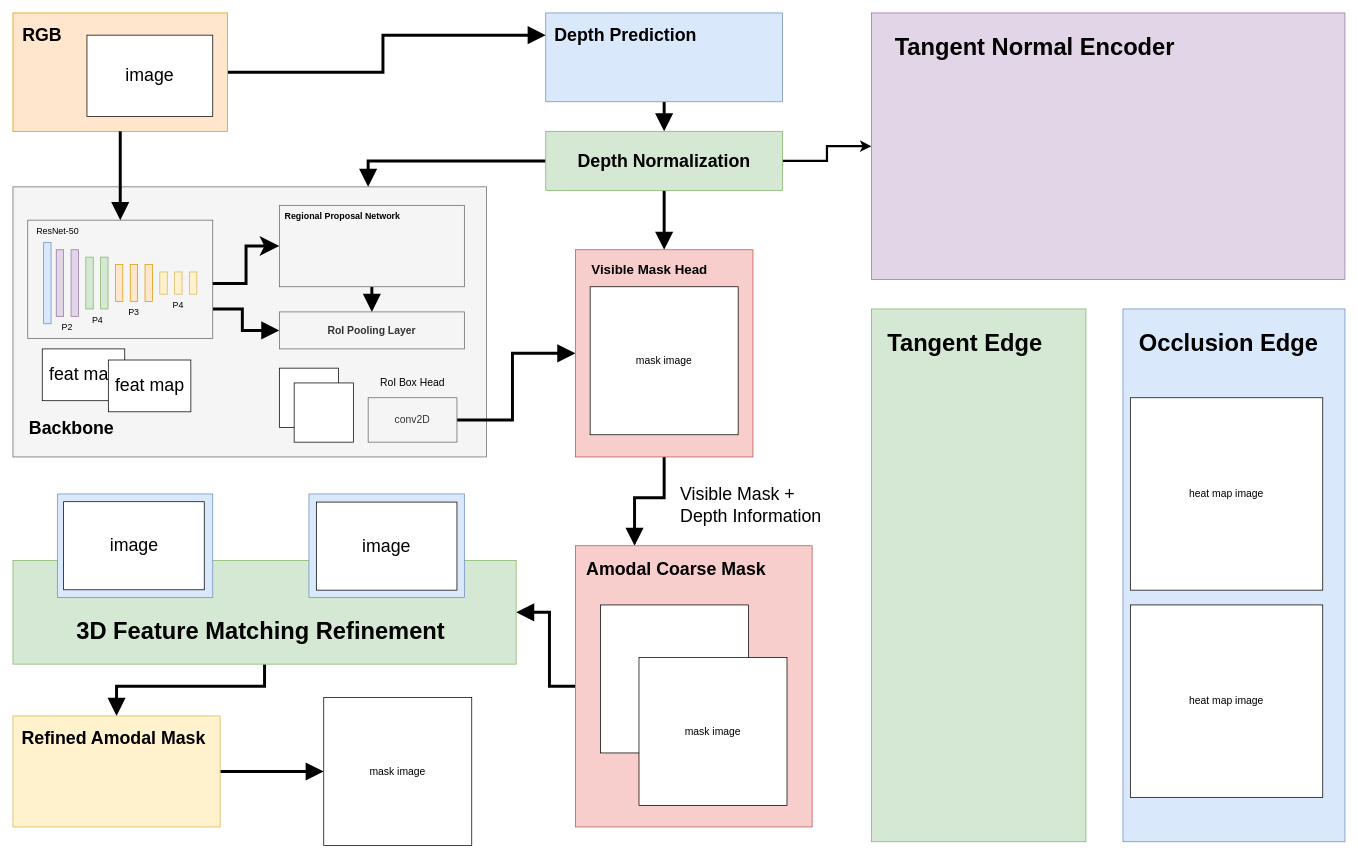
Before: results/pipeline.drawio in JingchengYang4/DAIS, a draw.io diagram. Source tidied: cells renumbered, new cells numbered last; positions are measured from the earlier drawing's top-left corner, leaving out a move shared by most shapes. Both pictures are drawn from the tidied source at 74%, with x=0, y=0 at pixel (13, 13).
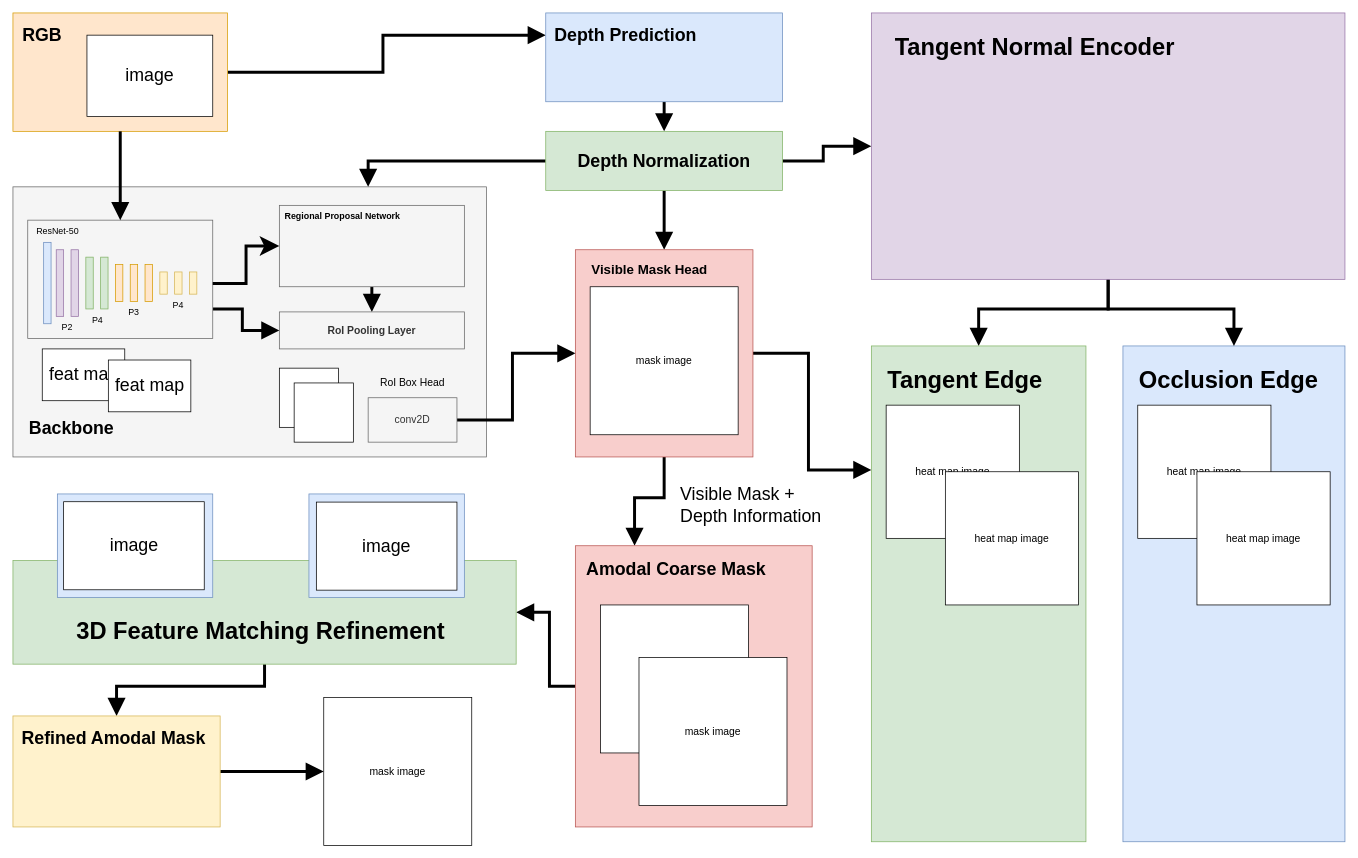
After the change.

Unchanged cells that the change refers to:
```xml
<mxCell id="11" value="&lt;font size=&quot;5&quot;&gt;&lt;b&gt;Depth Normalization&lt;/b&gt;&lt;/font&gt;" style="rounded=0;whiteSpace=wrap;html=1;fillColor=#d5e8d4;strokeColor=#82b366;" parent="1" vertex="1">
  <mxGeometry x="720" y="160" width="320" height="80" as="geometry" />
</mxCell>
<mxCell id="14" style="rounded=0;whiteSpace=wrap;html=1;fontSize=24;fillColor=#f8cecc;strokeColor=#b85450;" parent="1" vertex="1">
  <mxGeometry x="760" y="320" width="240" height="280" as="geometry" />
</mxCell>
<mxCell id="71" style="rounded=0;whiteSpace=wrap;html=1;fontSize=24;fillColor=#e1d5e7;strokeColor=#9673a6;" parent="1" vertex="1">
  <mxGeometry x="1160" width="640" height="360" as="geometry" />
</mxCell>
```

Change to the diagram source:
```diff
@@
-    <mxCell id="10" style="edgeStyle=orthogonalEdgeStyle;rounded=0;jettySize=auto;html=1;entryX=0;entryY=0.5;entryDx=0;entryDy=0;strokeWidth=3;" parent="1" edge="1" source="11" target="71">
+    <mxCell id="10" style="edgeStyle=orthogonalEdgeStyle;rounded=0;jettySize=auto;html=1;entryX=0;entryY=0.5;entryDx=0;entryDy=0;strokeWidth=4;endArrow=block;endFill=1;endSize=14;startSize=4;targetPerimeterSpacing=4;" parent="1" edge="1" source="11" target="71">
       <mxGeometry relative="1" as="geometry" />
     </mxCell>
@@
     <mxCell id="12" style="rounded=0;whiteSpace=wrap;html=1;fontSize=24;fillColor=#dae8fc;strokeColor=#6c8ebf;" parent="1" vertex="1">
-      <mxGeometry x="1500" y="400" width="300" height="720" as="geometry" />
+      <mxGeometry x="1500" y="450" width="300" height="670" as="geometry" />
     </mxCell>
@@
+    <mxCell id="75" style="edgeStyle=orthogonalEdgeStyle;rounded=0;jettySize=auto;html=1;entryX=0;entryY=0.25;entryDx=0;entryDy=0;strokeWidth=4;endArrow=block;endFill=1;startSize=4;endSize=14;targetPerimeterSpacing=4;" parent="1" edge="1" source="14" target="73">
+      <mxGeometry relative="1" as="geometry" />
+    </mxCell>
@@
     <mxCell id="15" value="&lt;b&gt;&lt;font style=&quot;font-size: 32px;&quot;&gt;Occlusion Edge&lt;/font&gt;&lt;/b&gt;" style="text;html=1;align=left;verticalAlign=top;strokeColor=none;fillColor=none;fontSize=24;" parent="1" vertex="1">
-      <mxGeometry x="1520" y="420" width="270" height="50" as="geometry" />
+      <mxGeometry x="1520" y="470" width="270" height="50" as="geometry" />
     </mxCell>
@@
     <mxCell id="62" value="heat map image" style="whiteSpace=wrap;html=1;fontSize=14;" parent="1" vertex="1">
-      <mxGeometry x="1510" y="520" width="260" height="260" as="geometry" />
+      <mxGeometry x="1520" y="530" width="180" height="180" as="geometry" />
     </mxCell>
@@
     <mxCell id="64" value="heat map image" style="whiteSpace=wrap;html=1;fontSize=14;" parent="1" vertex="1">
-      <mxGeometry x="1510" y="800" width="260" height="260" as="geometry" />
+      <mxGeometry x="1600" y="620" width="180" height="180" as="geometry" />
     </mxCell>
@@
+    <mxCell id="76" style="edgeStyle=orthogonalEdgeStyle;rounded=0;jettySize=auto;html=1;entryX=0.5;entryY=0;entryDx=0;entryDy=0;strokeWidth=4;endArrow=block;endFill=1;startSize=4;endSize=14;targetPerimeterSpacing=4;" parent="1" edge="1" source="71" target="73">
+      <mxGeometry relative="1" as="geometry" />
+    </mxCell>
+    <mxCell id="77" style="edgeStyle=orthogonalEdgeStyle;rounded=0;jettySize=auto;html=1;entryX=0.5;entryY=0;entryDx=0;entryDy=0;strokeWidth=4;endArrow=block;endFill=1;startSize=4;endSize=14;targetPerimeterSpacing=4;" parent="1" edge="1" source="71" target="12">
+      <mxGeometry relative="1" as="geometry" />
+    </mxCell>
@@
     <mxCell id="73" style="rounded=0;whiteSpace=wrap;html=1;fontSize=24;fillColor=#d5e8d4;strokeColor=#82b366;" parent="1" vertex="1">
-      <mxGeometry x="1160" y="400" width="290" height="720" as="geometry" />
+      <mxGeometry x="1160" y="450" width="290" height="670" as="geometry" />
     </mxCell>
     <mxCell id="74" value="&lt;b&gt;&lt;font style=&quot;font-size: 32px;&quot;&gt;Tangent Edge&lt;/font&gt;&lt;/b&gt;" style="text;html=1;align=left;verticalAlign=top;strokeColor=none;fillColor=none;fontSize=24;" parent="1" vertex="1">
-      <mxGeometry x="1180" y="420" width="230" height="50" as="geometry" />
+      <mxGeometry x="1180" y="470" width="230" height="50" as="geometry" />
     </mxCell>
+    <mxCell id="78" value="heat map image" style="whiteSpace=wrap;html=1;fontSize=14;" parent="1" vertex="1">
+      <mxGeometry x="1180" y="530" width="180" height="180" as="geometry" />
+    </mxCell>
+    <mxCell id="79" value="heat map image" style="whiteSpace=wrap;html=1;fontSize=14;" parent="1" vertex="1">
+      <mxGeometry x="1260" y="620" width="180" height="180" as="geometry" />
+    </mxCell>
```
